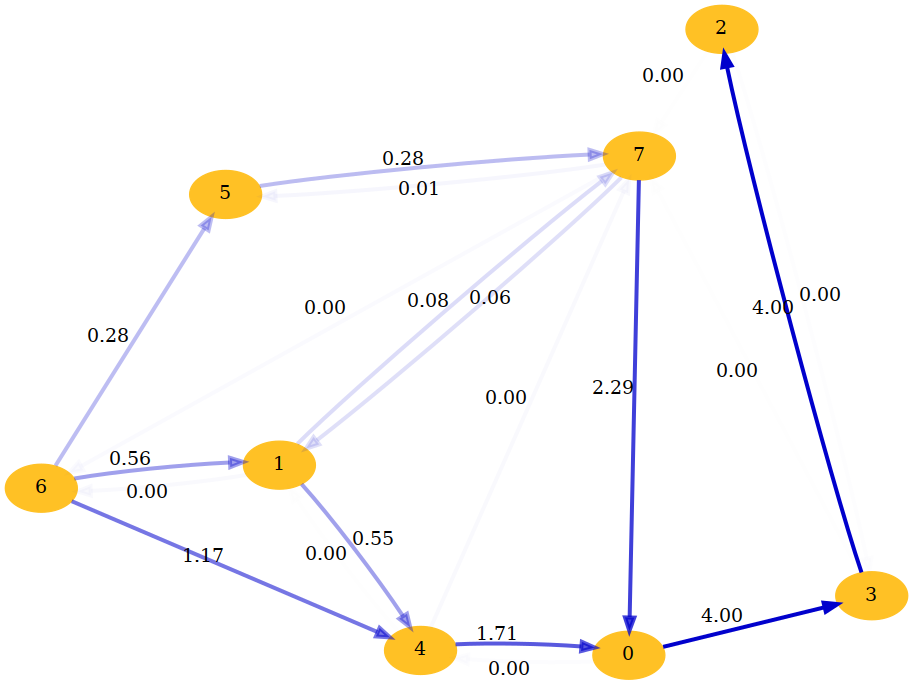
Earlier version of the Graphviz export graph.png (MathisBD/traffic). Its source is kept beside it as graph.dot.
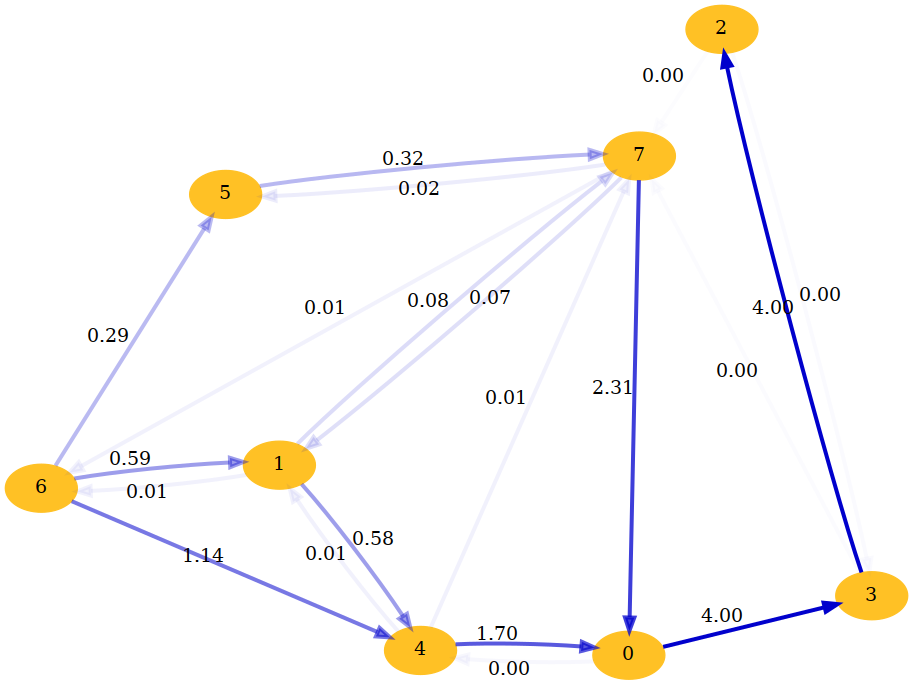
After the change.

Diff of the diagram source:
```diff
@@ -18,7 +18,7 @@
 		pin=true,
 		pos="4.22, 0.30",
 		style=filled];
-	0 -> 4	[color="#0000CC 3",
+	0 -> 4	[color="#0000CC 8",
 		label=0.00,
 		penwidth=3];
 	1	[color=goldenrod1,
@@ -26,16 +26,16 @@
 		pin=true,
 		pos="2.75, 2.23",
 		style=filled];
-	1 -> 4	[color="#0000CC5e",
-		label=0.55,
+	1 -> 4	[color="#0000CC61",
+		label=0.58,
 		penwidth=3];
 	6	[color=goldenrod1,
 		fillcolor=goldenrod1,
 		pin=true,
 		pos="0.27, 1.99",
 		style=filled];
-	1 -> 6	[color="#0000CC 6",
-		label=0.00,
+	1 -> 6	[color="#0000CC e",
+		label=0.01,
 		penwidth=3];
 	7	[color=goldenrod1,
 		fillcolor=goldenrod1,
@@ -50,54 +50,54 @@
 		pin=true,
 		pos="7.36, 6.77",
 		style=filled];
-	2 -> 3	[color="#0000CC 2",
+	2 -> 3	[color="#0000CC 5",
 		label=0.00,
 		penwidth=3];
-	2 -> 7	[color="#0000CC 1",
+	2 -> 7	[color="#0000CC 3",
 		label=0.00,
 		penwidth=3];
 	3 -> 2	[color="#0000CCff",
 		label=4.00,
 		penwidth=3];
-	3 -> 7	[color="#0000CC 1",
+	3 -> 7	[color="#0000CC 4",
 		label=0.00,
 		penwidth=3];
 	4 -> 0	[color="#0000CCa6",
-		label=1.71,
+		label=1.70,
 		penwidth=3];
-	4 -> 1	[color="#0000CC 1",
-		label=0.00,
+	4 -> 1	[color="#0000CC e",
+		label=0.01,
 		penwidth=3];
-	4 -> 7	[color="#0000CC 6",
-		label=0.00,
+	4 -> 7	[color="#0000CC e",
+		label=0.01,
 		penwidth=3];
 	5	[color=goldenrod1,
 		fillcolor=goldenrod1,
 		pin=true,
 		pos="2.19, 5.05",
 		style=filled];
-	5 -> 7	[color="#0000CC43",
-		label=0.28,
+	5 -> 7	[color="#0000CC47",
+		label=0.32,
 		penwidth=3];
-	6 -> 1	[color="#0000CC5f",
-		label=0.56,
+	6 -> 1	[color="#0000CC62",
+		label=0.59,
 		penwidth=3];
-	6 -> 4	[color="#0000CC89",
-		label=1.17,
+	6 -> 4	[color="#0000CC87",
+		label=1.14,
 		penwidth=3];
-	6 -> 5	[color="#0000CC42",
-		label=0.28,
+	6 -> 5	[color="#0000CC45",
+		label=0.29,
 		penwidth=3];
-	7 -> 0	[color="#0000CCc0",
-		label=2.29,
+	7 -> 0	[color="#0000CCc1",
+		label=2.31,
 		penwidth=3];
 	7 -> 1	[color="#0000CC20",
-		label=0.06,
+		label=0.07,
 		penwidth=3];
-	7 -> 5	[color="#0000CC 9",
+	7 -> 5	[color="#0000CC13",
+		label=0.02,
+		penwidth=3];
+	7 -> 6	[color="#0000CC e",
 		label=0.01,
 		penwidth=3];
-	7 -> 6	[color="#0000CC 5",
-		label=0.00,
-		penwidth=3];
 }
```
